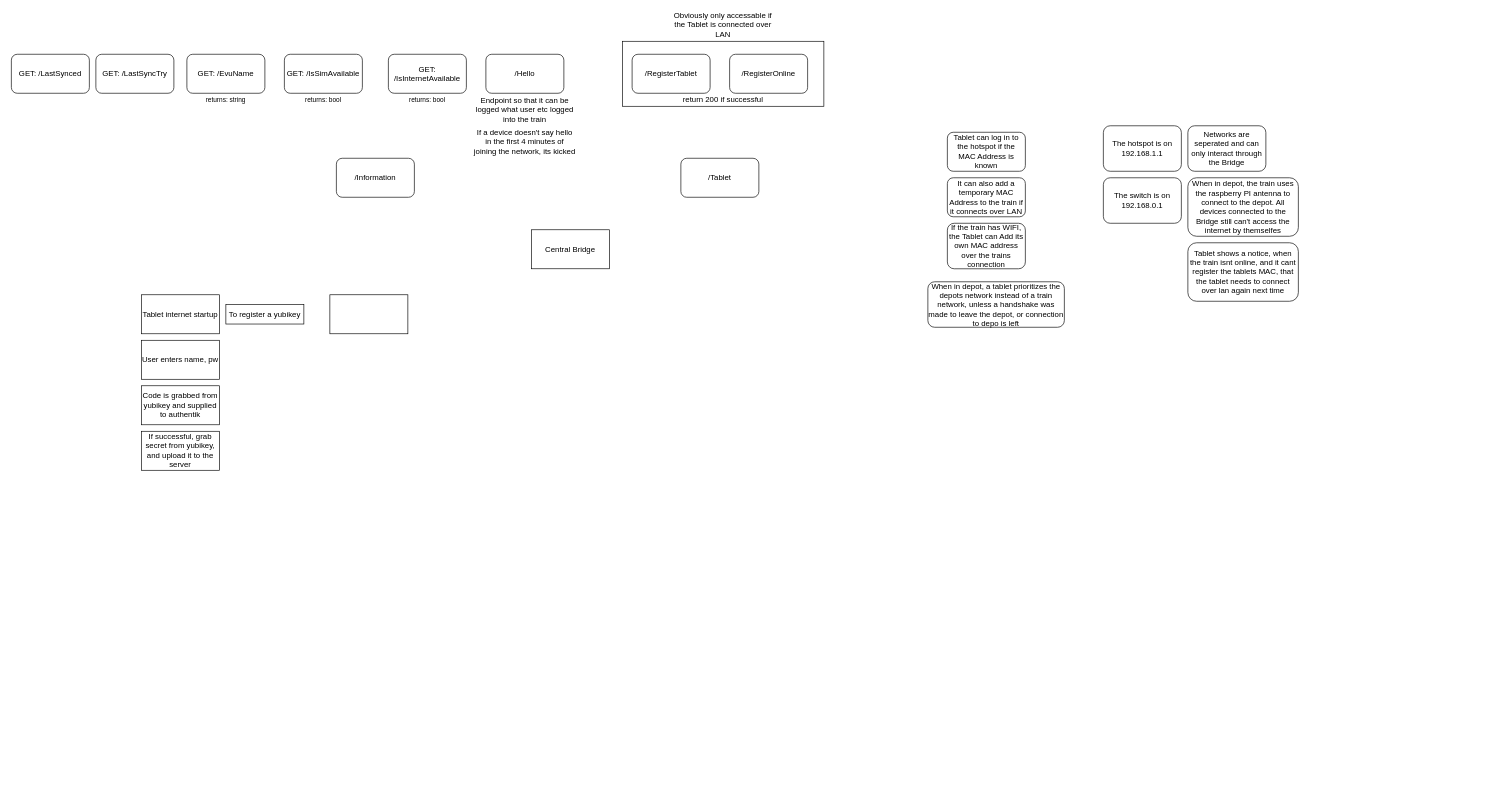
AutoTF-Rail/AutoTf-Documentation keeps this draw.io diagram as DrawIODOC/OpenApi.drawio. Above is the earlier version. Source tidied: cells renumbered, new cells numbered last; positions are measured from the earlier drawing's top-left corner, leaving out a move shared by most shapes. Both pictures are drawn from the tidied source at 65%, with x=0, y=0 at pixel (11, 15).
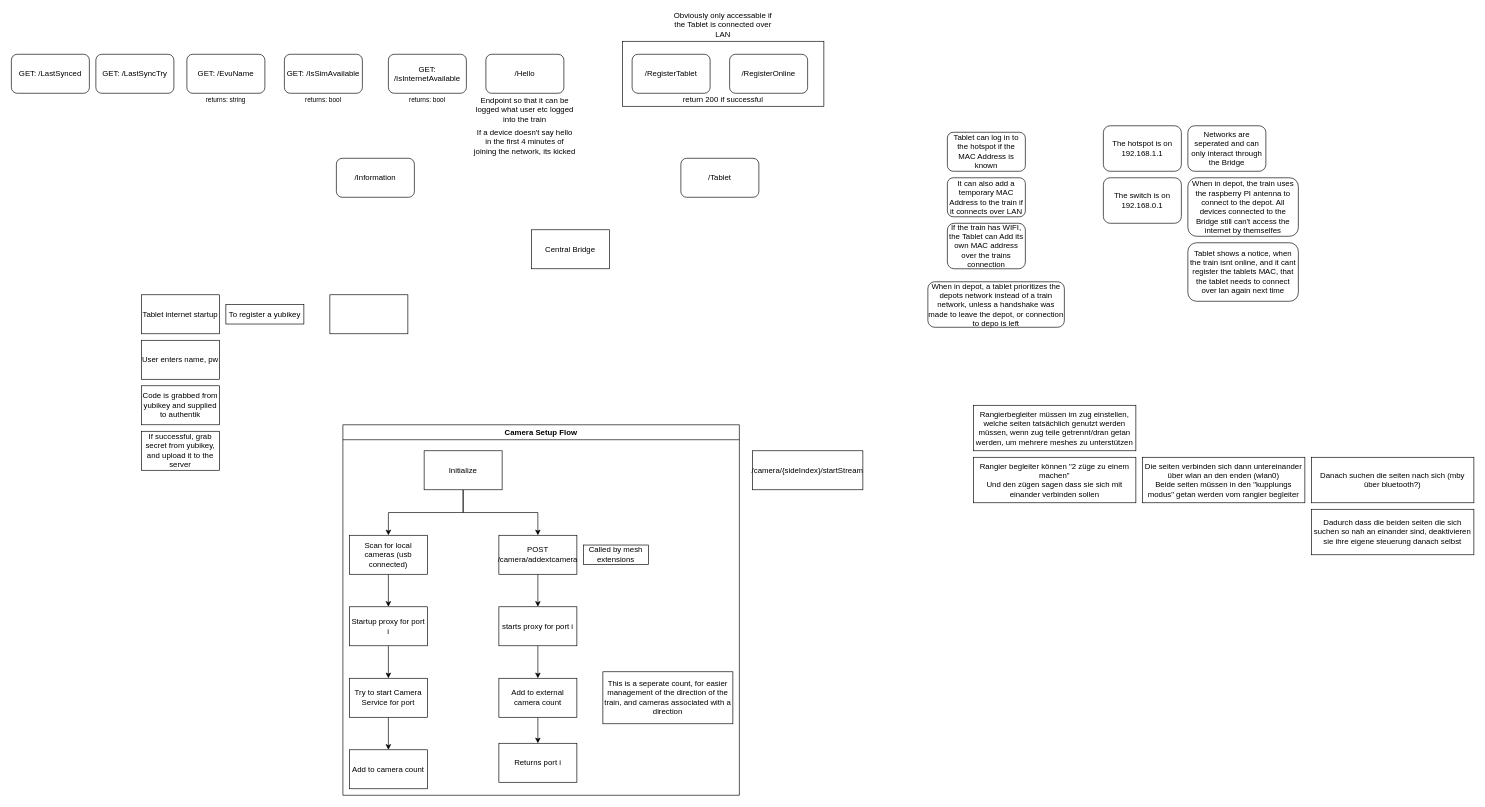
The same page after the edit.

What changed in the source:
```diff
@@
+    <mxCell id="36" value="Camera Setup Flow" style="swimlane;whiteSpace=wrap;html=1;" parent="1" vertex="1">
+      <mxGeometry x="510" y="630" width="610" height="570" as="geometry" />
+    </mxCell>
+    <mxCell id="37" style="edgeStyle=orthogonalEdgeStyle;rounded=0;jettySize=auto;html=1;entryX=0.5;entryY=0;entryDx=0;entryDy=0;" parent="36" edge="1" source="39" target="41">
+      <mxGeometry relative="1" as="geometry" />
+    </mxCell>
+    <mxCell id="38" style="edgeStyle=orthogonalEdgeStyle;rounded=0;jettySize=auto;html=1;entryX=0.5;entryY=0;entryDx=0;entryDy=0;" parent="36" edge="1" source="39" target="48">
+      <mxGeometry relative="1" as="geometry" />
+    </mxCell>
+    <mxCell id="39" value="Initialize" style="rounded=0;whiteSpace=wrap;html=1;" parent="36" vertex="1">
+      <mxGeometry x="125" y="40" width="120" height="60" as="geometry" />
+    </mxCell>
+    <mxCell id="40" style="edgeStyle=orthogonalEdgeStyle;rounded=0;jettySize=auto;html=1;entryX=0.5;entryY=0;entryDx=0;entryDy=0;" parent="36" edge="1" source="41" target="45">
+      <mxGeometry relative="1" as="geometry" />
+    </mxCell>
+    <mxCell id="41" value="Scan for local cameras (usb connected)" style="rounded=0;whiteSpace=wrap;html=1;" parent="36" vertex="1">
+      <mxGeometry x="10" y="170" width="120" height="60" as="geometry" />
+    </mxCell>
+    <mxCell id="42" style="edgeStyle=orthogonalEdgeStyle;rounded=0;jettySize=auto;html=1;entryX=0.5;entryY=0;entryDx=0;entryDy=0;" parent="36" edge="1" source="43" target="46">
+      <mxGeometry relative="1" as="geometry" />
+    </mxCell>
+    <mxCell id="43" value="Try to start Camera Service for port" style="rounded=0;whiteSpace=wrap;html=1;" parent="36" vertex="1">
+      <mxGeometry x="10" y="390" width="120" height="60" as="geometry" />
+    </mxCell>
+    <mxCell id="44" style="edgeStyle=orthogonalEdgeStyle;rounded=0;jettySize=auto;html=1;entryX=0.5;entryY=0;entryDx=0;entryDy=0;" parent="36" edge="1" source="45" target="43">
+      <mxGeometry relative="1" as="geometry" />
+    </mxCell>
+    <mxCell id="45" value="Startup proxy for port i" style="rounded=0;whiteSpace=wrap;html=1;" parent="36" vertex="1">
+      <mxGeometry x="10" y="280" width="120" height="60" as="geometry" />
+    </mxCell>
+    <mxCell id="46" value="Add to camera count" style="rounded=0;whiteSpace=wrap;html=1;" parent="36" vertex="1">
+      <mxGeometry x="10" y="500" width="120" height="60" as="geometry" />
+    </mxCell>
+    <mxCell id="47" style="edgeStyle=orthogonalEdgeStyle;rounded=0;jettySize=auto;html=1;entryX=0.5;entryY=0;entryDx=0;entryDy=0;" parent="36" edge="1" source="48" target="51">
+      <mxGeometry relative="1" as="geometry" />
+    </mxCell>
+    <mxCell id="48" value="POST&lt;br&gt;/camera/addextcamera" style="rounded=0;whiteSpace=wrap;html=1;" parent="36" vertex="1">
+      <mxGeometry x="240" y="170" width="120" height="60" as="geometry" />
+    </mxCell>
+    <mxCell id="49" value="Returns port i" style="rounded=0;whiteSpace=wrap;html=1;" parent="36" vertex="1">
+      <mxGeometry x="240" y="490" width="120" height="60" as="geometry" />
+    </mxCell>
+    <mxCell id="50" style="edgeStyle=orthogonalEdgeStyle;rounded=0;jettySize=auto;html=1;entryX=0.5;entryY=0;entryDx=0;entryDy=0;" parent="36" edge="1" source="51" target="53">
+      <mxGeometry relative="1" as="geometry" />
+    </mxCell>
+    <mxCell id="51" value="starts proxy for port i" style="rounded=0;whiteSpace=wrap;html=1;" parent="36" vertex="1">
+      <mxGeometry x="240" y="280" width="120" height="60" as="geometry" />
+    </mxCell>
+    <mxCell id="52" style="edgeStyle=orthogonalEdgeStyle;rounded=0;jettySize=auto;html=1;entryX=0.5;entryY=0;entryDx=0;entryDy=0;" parent="36" edge="1" source="53" target="49">
+      <mxGeometry relative="1" as="geometry" />
+    </mxCell>
+    <mxCell id="53" value="Add to external camera count" style="rounded=0;whiteSpace=wrap;html=1;" parent="36" vertex="1">
+      <mxGeometry x="240" y="390" width="120" height="60" as="geometry" />
+    </mxCell>
+    <mxCell id="54" value="This is a seperate count, for easier management of the direction of the train, and cameras associated with a direction" style="rounded=0;whiteSpace=wrap;html=1;" parent="36" vertex="1">
+      <mxGeometry x="400" y="380" width="200" height="80" as="geometry" />
+    </mxCell>
+    <mxCell id="55" value="Called by mesh extensions" style="rounded=0;whiteSpace=wrap;html=1;" parent="36" vertex="1">
+      <mxGeometry x="370" y="185" width="100" height="30" as="geometry" />
+    </mxCell>
+    <mxCell id="56" value="/camera/{sideIndex}/startStream" style="rounded=0;whiteSpace=wrap;html=1;" parent="1" vertex="1">
+      <mxGeometry x="1140" y="670" width="170" height="60" as="geometry" />
+    </mxCell>
+    <mxCell id="57" value="Rangierbegleiter müssen im zug einstellen, welche seiten tatsächlich genutzt werden müssen, wenn zug teile getrennt/dran getan werden, um mehrere meshes zu unterstützen" style="rounded=0;whiteSpace=wrap;html=1;" parent="1" vertex="1">
+      <mxGeometry x="1480" y="600" width="250" height="70" as="geometry" />
+    </mxCell>
+    <mxCell id="58" value="Rangier begleiter können &quot;2 züge zu einem machen&quot;&lt;div&gt;Und den zügen sagen dass sie sich mit einander verbinden sollen&lt;/div&gt;" style="rounded=0;whiteSpace=wrap;html=1;" parent="1" vertex="1">
+      <mxGeometry x="1480" y="680" width="250" height="70" as="geometry" />
+    </mxCell>
+    <mxCell id="59" value="Die seiten verbinden sich dann untereinander über wlan an den enden (wlan0)&lt;br&gt;Beide seiten müssen in den &quot;kupplungs modus&quot; getan werden vom rangier begleiter" style="rounded=0;whiteSpace=wrap;html=1;" parent="1" vertex="1">
+      <mxGeometry x="1740" y="680" width="250" height="70" as="geometry" />
+    </mxCell>
+    <mxCell id="60" value="Danach suchen die seiten nach sich (mby über bluetooth?)" style="rounded=0;whiteSpace=wrap;html=1;" parent="1" vertex="1">
+      <mxGeometry x="2000" y="680" width="250" height="70" as="geometry" />
+    </mxCell>
+    <mxCell id="61" value="Dadurch dass die beiden seiten die sich suchen so nah an einander sind, deaktivieren sie ihre eigene steuerung danach selbst" style="rounded=0;whiteSpace=wrap;html=1;" parent="1" vertex="1">
+      <mxGeometry x="2000" y="760" width="250" height="70" as="geometry" />
+    </mxCell>
```
